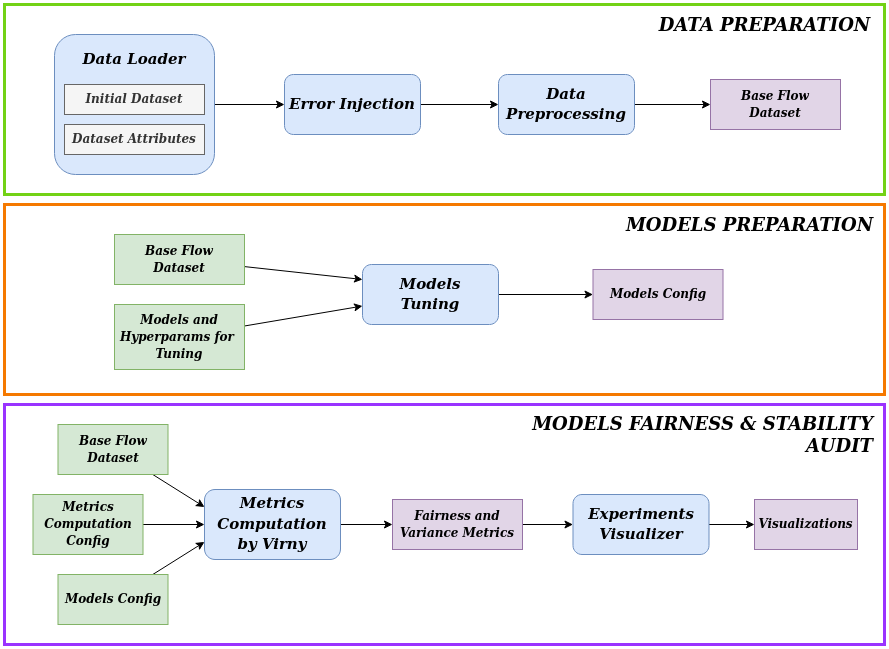
Earlier version of the draw.io export docs/diagrams/ML_Lifecycle_Framework_v3.png (DataResponsibly/Virny). Source tidied: cells renumbered, new cells last; positions are measured from the earlier drawing's top-left corner, leaving out a move shared by most shapes.
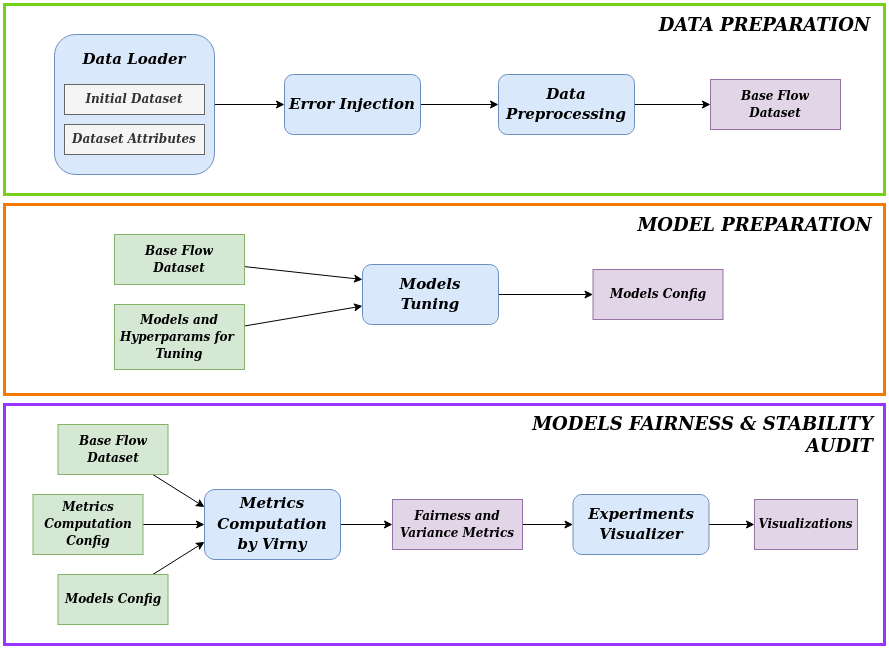
The same diagram one commit later.

Commit message:
Updated MLcF diagram

Change to the diagram source:
```diff
@@ -11,8 +11,8 @@
     <mxCell id="4" value="&lt;b&gt;&lt;font style=&quot;font-size: 19px;&quot; face=&quot;Merienda One&quot;&gt;&lt;i&gt;&lt;font style=&quot;font-size: 19px;&quot;&gt;&lt;font style=&quot;font-size: 19px;&quot;&gt;&lt;font style=&quot;font-size: 19px;&quot;&gt;&lt;font style=&quot;font-size: 19px;&quot;&gt;&lt;font style=&quot;font-size: 18px;&quot;&gt;&lt;font style=&quot;font-size: 18px;&quot;&gt;DATA PREPARATION&lt;br&gt;&lt;/font&gt;&lt;/font&gt;&lt;/font&gt;&lt;/font&gt;&lt;/font&gt;&lt;/font&gt;&lt;/i&gt;&lt;/font&gt;&lt;/b&gt;" style="text;html=1;align=center;verticalAlign=middle;strokeColor=none;fillColor=none;" parent="1" vertex="1">
       <mxGeometry x="640" width="240" height="40" as="geometry" />
     </mxCell>
-    <mxCell id="5" value="&lt;b&gt;&lt;font style=&quot;font-size: 19px;&quot; face=&quot;Merienda One&quot;&gt;&lt;i&gt;&lt;font style=&quot;font-size: 19px;&quot;&gt;&lt;font style=&quot;font-size: 19px;&quot;&gt;&lt;font style=&quot;font-size: 19px;&quot;&gt;&lt;font style=&quot;font-size: 19px;&quot;&gt;&lt;font style=&quot;font-size: 18px;&quot;&gt;&lt;font style=&quot;font-size: 18px;&quot;&gt;MODELS PREPARATION&lt;br&gt;&lt;/font&gt;&lt;/font&gt;&lt;/font&gt;&lt;/font&gt;&lt;/font&gt;&lt;/font&gt;&lt;/i&gt;&lt;/font&gt;&lt;/b&gt;" style="text;html=1;align=center;verticalAlign=middle;strokeColor=none;fillColor=none;" parent="1" vertex="1">
-      <mxGeometry x="610" y="200" width="270" height="40" as="geometry" />
+    <mxCell id="5" value="&lt;b&gt;&lt;font style=&quot;font-size: 19px;&quot; face=&quot;Merienda One&quot;&gt;&lt;i&gt;&lt;font style=&quot;font-size: 19px;&quot;&gt;&lt;font style=&quot;font-size: 19px;&quot;&gt;&lt;font style=&quot;font-size: 19px;&quot;&gt;&lt;font style=&quot;font-size: 19px;&quot;&gt;&lt;font style=&quot;font-size: 18px;&quot;&gt;&lt;font style=&quot;font-size: 18px;&quot;&gt;MODEL PREPARATION&lt;br&gt;&lt;/font&gt;&lt;/font&gt;&lt;/font&gt;&lt;/font&gt;&lt;/font&gt;&lt;/font&gt;&lt;/i&gt;&lt;/font&gt;&lt;/b&gt;" style="text;html=1;align=center;verticalAlign=middle;strokeColor=none;fillColor=none;" parent="1" vertex="1">
+      <mxGeometry x="620" y="200" width="260" height="40" as="geometry" />
     </mxCell>
     <mxCell id="6" style="rounded=0;whiteSpace=wrap;html=1;glass=0;fillColor=none;strokeWidth=3;strokeColor=#9933FF;" parent="1" vertex="1">
       <mxGeometry y="400" width="880" height="240" as="geometry" />
```
